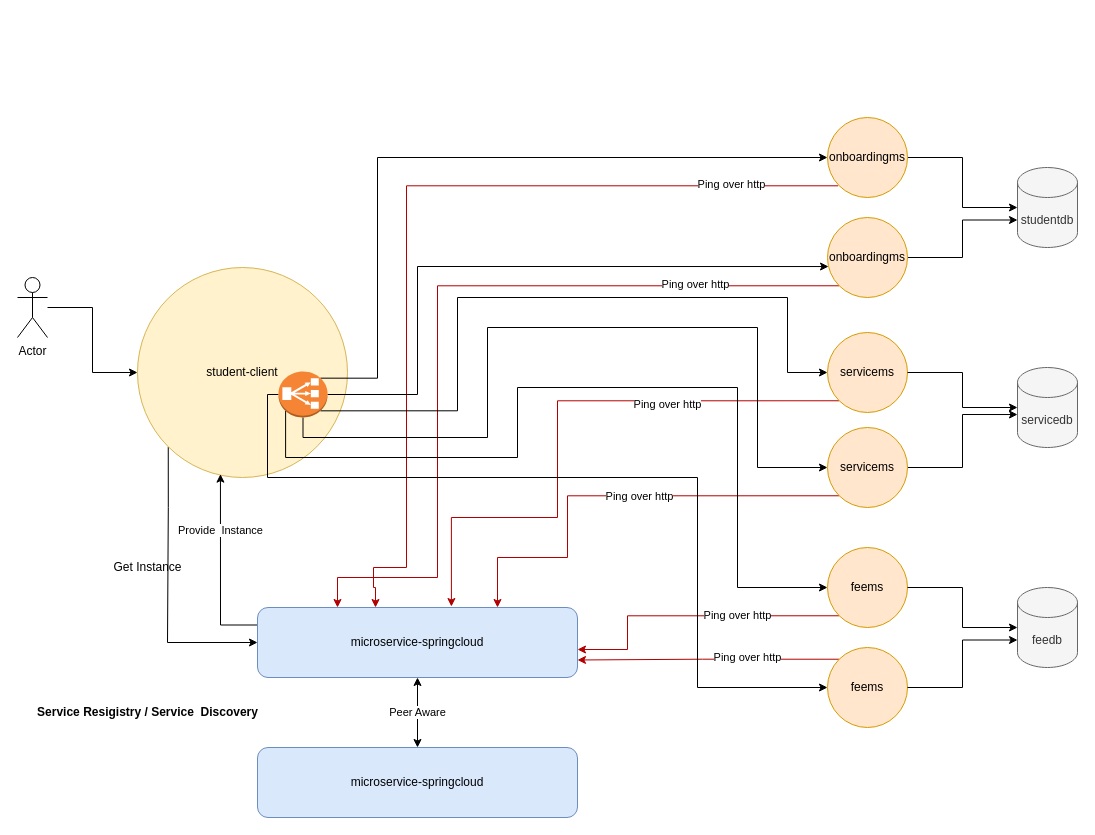
This is page "Page-1" (1 of 2) of Untitled Diagram.drawio from PrajwalMali05/mivro, a draw.io file, before an edit. Source tidied: cells renumbered, new cells numbered last; positions are measured from the earlier drawing's top-left corner, leaving out a move shared by most shapes. Both pictures are drawn from the tidied source at 100%, with x=0, y=0 at pixel (17, 117).
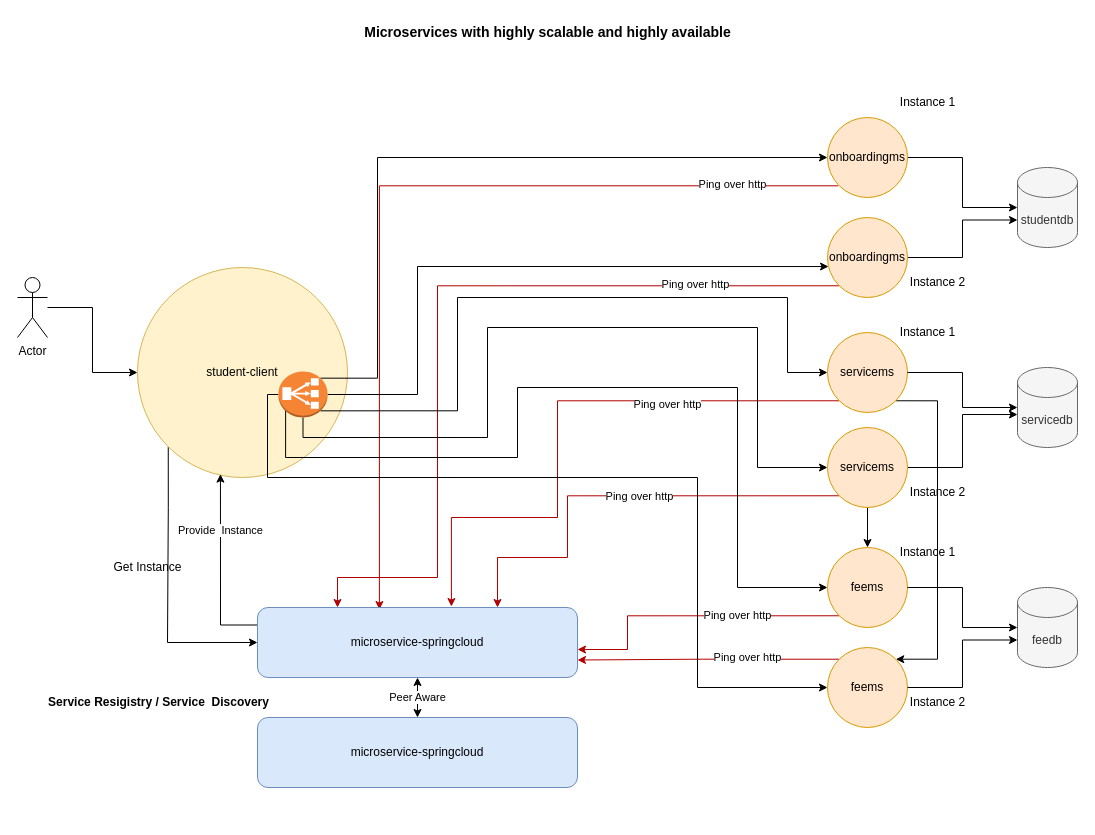
Above is the later version.

The change refers to these unchanged cells:
```xml
<mxCell id="10" value="feems" style="ellipse;whiteSpace=wrap;html=1;fillColor=#ffe6cc;strokeColor=#d79b00;" parent="1" vertex="1">
  <mxGeometry x="810" y="430" width="80" height="80" as="geometry" />
</mxCell>
<mxCell id="15" value="servicems" style="ellipse;whiteSpace=wrap;html=1;fillColor=#ffe6cc;strokeColor=#d79b00;" parent="1" vertex="1">
  <mxGeometry x="810" y="215" width="80" height="80" as="geometry" />
</mxCell>
<mxCell id="29" value="servicems" style="ellipse;whiteSpace=wrap;html=1;fillColor=#ffe6cc;strokeColor=#d79b00;" parent="1" vertex="1">
  <mxGeometry x="810" y="310" width="80" height="80" as="geometry" />
</mxCell>
<mxCell id="32" value="feems" style="ellipse;whiteSpace=wrap;html=1;fillColor=#ffe6cc;strokeColor=#d79b00;" parent="1" vertex="1">
  <mxGeometry x="810" y="530" width="80" height="80" as="geometry" />
</mxCell>
<mxCell id="43" value="microservice-springcloud" style="rounded=1;whiteSpace=wrap;html=1;fillColor=#dae8fc;strokeColor=#6c8ebf;" parent="1" vertex="1">
  <mxGeometry x="240" y="490" width="320" height="70" as="geometry" />
</mxCell>
```

The edit, as a diff of the source:
```diff
@@
+    <mxCell id="48" style="edgeStyle=orthogonalEdgeStyle;rounded=0;jettySize=auto;html=1;exitX=1;exitY=1;exitDx=0;exitDy=0;entryX=1;entryY=0;entryDx=0;entryDy=0;" parent="1" edge="1" source="15" target="32">
+      <mxGeometry relative="1" as="geometry">
+        <Array as="points">
+          <mxPoint x="920" y="283" />
+          <mxPoint x="920" y="542" />
+        </Array>
+      </mxGeometry>
+    </mxCell>
@@
-    <mxCell id="23" style="edgeStyle=orthogonalEdgeStyle;rounded=0;orthogonalLoop=1;jettySize=auto;html=1;exitX=0;exitY=1;exitDx=0;exitDy=0;fillColor=#e51400;strokeColor=#B20000;entryX=0.372;entryY=0;entryDx=0;entryDy=0;entryPerimeter=0;" parent="1" edge="1">
+    <mxCell id="23" style="edgeStyle=orthogonalEdgeStyle;rounded=0;jettySize=auto;html=1;exitX=0;exitY=1;exitDx=0;exitDy=0;fillColor=#e51400;strokeColor=#B20000;entryX=0.381;entryY=0.029;entryDx=0;entryDy=0;entryPerimeter=0;" parent="1" edge="1" target="43">
       <mxGeometry relative="1" as="geometry">
         <mxPoint x="820.7" y="68.3" as="sourcePoint" />
-        <mxPoint x="358" y="490" as="targetPoint" />
         <Array as="points">
-          <mxPoint x="389" y="68" />
-          <mxPoint x="389" y="450" />
-          <mxPoint x="356" y="450" />
-          <mxPoint x="356" y="470" />
-          <mxPoint x="358" y="470" />
+          <mxPoint x="362" y="68" />
         </Array>
       </mxGeometry>
     </mxCell>
@@
+    <mxCell id="49" style="edgeStyle=orthogonalEdgeStyle;rounded=0;jettySize=auto;html=1;exitX=0.5;exitY=1;exitDx=0;exitDy=0;entryX=0.5;entryY=0;entryDx=0;entryDy=0;" parent="1" edge="1" source="29" target="10">
+      <mxGeometry relative="1" as="geometry" />
+    </mxCell>
@@
     <mxCell id="44" value="&lt;b&gt;Service Resigistry / Service&amp;nbsp; Discovery&lt;/b&gt;" style="text;html=1;align=center;verticalAlign=middle;strokeColor=none;fillColor=none;" parent="1" vertex="1">
-      <mxGeometry x="10" y="580" width="240" height="30" as="geometry" />
+      <mxGeometry x="21" y="570" width="240" height="30" as="geometry" />
     </mxCell>
     <mxCell id="45" value="microservice-springcloud" style="rounded=1;whiteSpace=wrap;html=1;fillColor=#dae8fc;strokeColor=#6c8ebf;" parent="1" vertex="1">
-      <mxGeometry x="240" y="630" width="320" height="70" as="geometry" />
+      <mxGeometry x="240" y="600" width="320" height="70" as="geometry" />
     </mxCell>
@@
+    <mxCell id="50" value="Instance 1" style="text;html=1;align=center;verticalAlign=middle;strokeColor=none;fillColor=none;" parent="1" vertex="1">
+      <mxGeometry x="870" y="-30" width="80" height="30" as="geometry" />
+    </mxCell>
+    <mxCell id="51" value="Instance 1" style="text;html=1;align=center;verticalAlign=middle;strokeColor=none;fillColor=none;" parent="1" vertex="1">
+      <mxGeometry x="870" y="420" width="80" height="30" as="geometry" />
+    </mxCell>
+    <mxCell id="52" value="Instance 1" style="text;html=1;align=center;verticalAlign=middle;strokeColor=none;fillColor=none;" parent="1" vertex="1">
+      <mxGeometry x="870" y="200" width="80" height="30" as="geometry" />
+    </mxCell>
+    <mxCell id="53" value="Instance 2" style="text;html=1;align=center;verticalAlign=middle;strokeColor=none;fillColor=none;" parent="1" vertex="1">
+      <mxGeometry x="880" y="150" width="80" height="30" as="geometry" />
+    </mxCell>
+    <mxCell id="54" value="Instance 2" style="text;html=1;align=center;verticalAlign=middle;strokeColor=none;fillColor=none;" parent="1" vertex="1">
+      <mxGeometry x="880" y="360" width="80" height="30" as="geometry" />
+    </mxCell>
+    <mxCell id="55" value="Instance 2" style="text;html=1;align=center;verticalAlign=middle;strokeColor=none;fillColor=none;" parent="1" vertex="1">
+      <mxGeometry x="880" y="570" width="80" height="30" as="geometry" />
+    </mxCell>
+    <mxCell id="56" value="&lt;b&gt;&lt;font style=&quot;font-size: 14px;&quot;&gt;Microservices with highly scalable and highly available&lt;/font&gt;&lt;/b&gt;" style="text;html=1;align=center;verticalAlign=middle;strokeColor=none;fillColor=none;" parent="1" vertex="1">
+      <mxGeometry x="335" y="-100" width="390" height="30" as="geometry" />
+    </mxCell>
```
